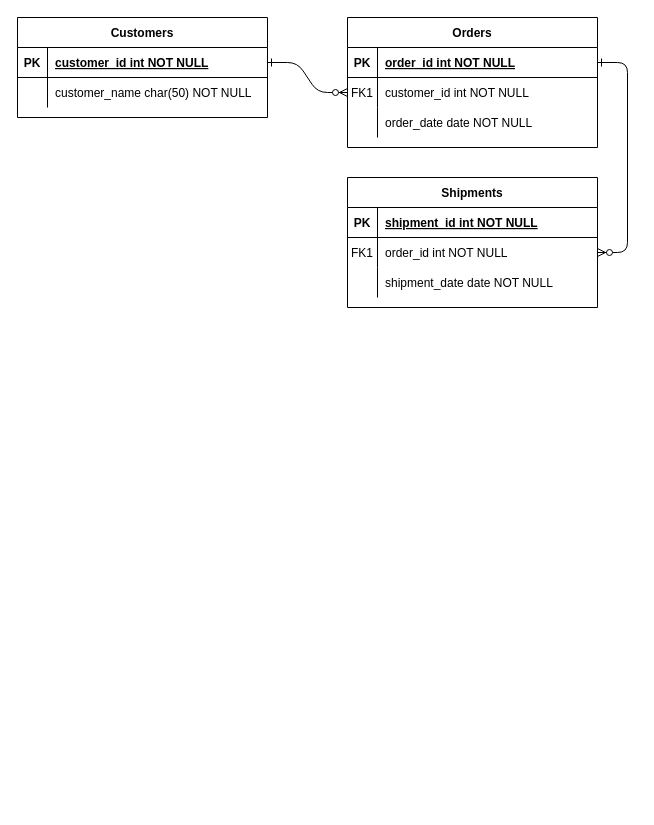
The draw.io diagram page "Page-1" (1 of 2) of Untitled Diagram.drawio in nathannathan08/54, before the edit. Source tidied: cells renumbered, new cells numbered last; positions are measured from the earlier drawing's top-left corner, leaving out a move shared by most shapes. Both pictures are drawn from the tidied source at 100%, with x=0, y=0 at pixel (17, 17).
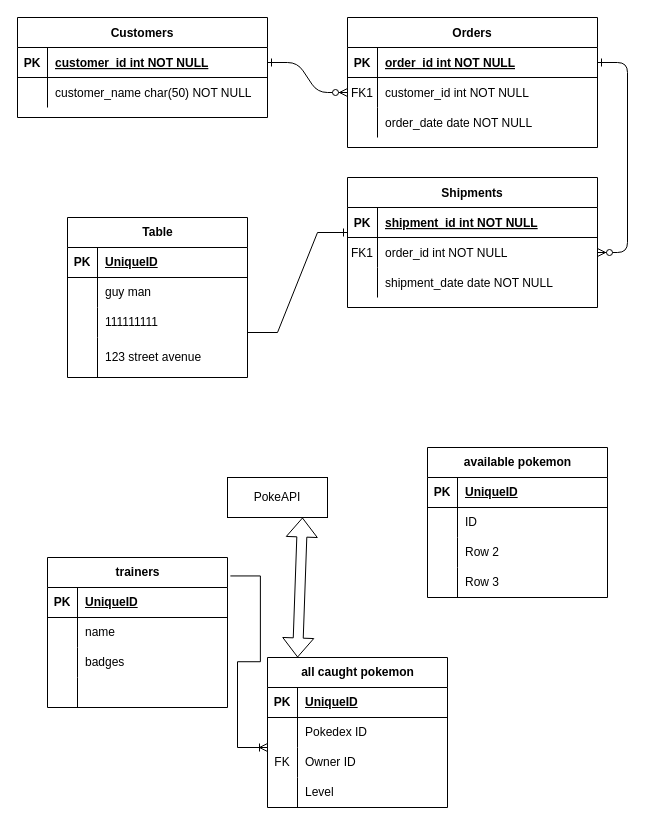
The same diagram, later.

The edit, as a diff of the source:
```diff
@@
+    <mxCell id="31" value="Table" style="shape=table;startSize=30;childLayout=tableLayout;rowLines=0;fontStyle=1;align=center;html=1;" parent="1" vertex="1">
+      <mxGeometry x="50" y="200" width="180" height="160" as="geometry" />
+    </mxCell>
+    <mxCell id="32" style="shape=tableRow;horizontal=0;startSize=0;swimlaneHead=0;swimlaneBody=0;fillColor=none;top=0;left=0;right=0;bottom=1;" parent="31" vertex="1">
+      <mxGeometry y="30" width="180" height="30" as="geometry" />
+    </mxCell>
+    <mxCell id="33" value="PK" style="shape=partialRectangle;fillColor=none;top=0;left=0;bottom=0;right=0;fontStyle=1;overflow=hidden;whiteSpace=wrap;html=1;" parent="32" vertex="1">
+      <mxGeometry width="30" height="30" as="geometry" />
+    </mxCell>
+    <mxCell id="34" value="UniqueID" style="shape=partialRectangle;fillColor=none;top=0;left=0;bottom=0;right=0;align=left;spacingLeft=6;fontStyle=5;overflow=hidden;whiteSpace=wrap;html=1;" parent="32" vertex="1">
+      <mxGeometry x="30" width="150" height="30" as="geometry" />
+    </mxCell>
+    <mxCell id="35" style="shape=tableRow;horizontal=0;startSize=0;swimlaneHead=0;swimlaneBody=0;fillColor=none;top=0;left=0;right=0;bottom=0;" parent="31" vertex="1">
+      <mxGeometry y="60" width="180" height="30" as="geometry" />
+    </mxCell>
+    <mxCell id="36" style="shape=partialRectangle;fillColor=none;top=0;left=0;bottom=0;right=0;overflow=hidden;whiteSpace=wrap;html=1;" parent="35" vertex="1">
+      <mxGeometry width="30" height="30" as="geometry" />
+    </mxCell>
+    <mxCell id="37" value="guy man" style="shape=partialRectangle;fillColor=none;top=0;left=0;bottom=0;right=0;align=left;spacingLeft=6;overflow=hidden;whiteSpace=wrap;html=1;" parent="35" vertex="1">
+      <mxGeometry x="30" width="150" height="30" as="geometry" />
+    </mxCell>
+    <mxCell id="38" style="shape=tableRow;horizontal=0;startSize=0;swimlaneHead=0;swimlaneBody=0;fillColor=none;top=0;left=0;right=0;bottom=0;" parent="31" vertex="1">
+      <mxGeometry y="90" width="180" height="30" as="geometry" />
+    </mxCell>
+    <mxCell id="39" style="shape=partialRectangle;fillColor=none;top=0;left=0;bottom=0;right=0;overflow=hidden;whiteSpace=wrap;html=1;" parent="38" vertex="1">
+      <mxGeometry width="30" height="30" as="geometry" />
+    </mxCell>
+    <mxCell id="40" value="111111111" style="shape=partialRectangle;fillColor=none;top=0;left=0;bottom=0;right=0;align=left;spacingLeft=6;overflow=hidden;whiteSpace=wrap;html=1;" parent="38" vertex="1">
+      <mxGeometry x="30" width="150" height="30" as="geometry" />
+    </mxCell>
+    <mxCell id="41" style="shape=tableRow;horizontal=0;startSize=0;swimlaneHead=0;swimlaneBody=0;fillColor=none;top=0;left=0;right=0;bottom=0;" parent="31" vertex="1">
+      <mxGeometry y="120" width="180" height="40" as="geometry" />
+    </mxCell>
+    <mxCell id="42" style="shape=partialRectangle;fillColor=none;top=0;left=0;bottom=0;right=0;overflow=hidden;whiteSpace=wrap;html=1;" parent="41" vertex="1">
+      <mxGeometry width="30" height="40" as="geometry" />
+    </mxCell>
+    <mxCell id="43" value="123 street avenue" style="shape=partialRectangle;fillColor=none;top=0;left=0;bottom=0;right=0;align=left;spacingLeft=6;overflow=hidden;whiteSpace=wrap;html=1;" parent="41" vertex="1">
+      <mxGeometry x="30" width="150" height="40" as="geometry" />
+    </mxCell>
+    <mxCell id="44" style="edgeStyle=entityRelationEdgeStyle;fontSize=12;html=1;endArrow=ERone;endFill=1;rounded=0;" parent="1" edge="1">
+      <mxGeometry relative="1" as="geometry">
+        <mxPoint x="230" y="315" as="sourcePoint" />
+        <mxPoint x="330" y="215" as="targetPoint" />
+      </mxGeometry>
+    </mxCell>
+    <mxCell id="45" value="trainers" style="shape=table;startSize=30;childLayout=tableLayout;rowLines=0;fontStyle=1;align=center;html=1;" parent="1" vertex="1">
+      <mxGeometry x="30" y="540" width="180" height="150" as="geometry" />
+    </mxCell>
+    <mxCell id="46" style="shape=tableRow;horizontal=0;startSize=0;swimlaneHead=0;swimlaneBody=0;fillColor=none;top=0;left=0;right=0;bottom=1;" parent="45" vertex="1">
+      <mxGeometry y="30" width="180" height="30" as="geometry" />
+    </mxCell>
+    <mxCell id="47" value="PK" style="shape=partialRectangle;fillColor=none;top=0;left=0;bottom=0;right=0;fontStyle=1;overflow=hidden;whiteSpace=wrap;html=1;" parent="46" vertex="1">
+      <mxGeometry width="30" height="30" as="geometry" />
+    </mxCell>
+    <mxCell id="48" value="UniqueID" style="shape=partialRectangle;fillColor=none;top=0;left=0;bottom=0;right=0;align=left;spacingLeft=6;fontStyle=5;overflow=hidden;whiteSpace=wrap;html=1;" parent="46" vertex="1">
+      <mxGeometry x="30" width="150" height="30" as="geometry" />
+    </mxCell>
+    <mxCell id="49" style="shape=tableRow;horizontal=0;startSize=0;swimlaneHead=0;swimlaneBody=0;fillColor=none;top=0;left=0;right=0;bottom=0;" parent="45" vertex="1">
+      <mxGeometry y="60" width="180" height="30" as="geometry" />
+    </mxCell>
+    <mxCell id="50" style="shape=partialRectangle;fillColor=none;top=0;left=0;bottom=0;right=0;overflow=hidden;whiteSpace=wrap;html=1;" parent="49" vertex="1">
+      <mxGeometry width="30" height="30" as="geometry" />
+    </mxCell>
+    <mxCell id="51" value="name" style="shape=partialRectangle;fillColor=none;top=0;left=0;bottom=0;right=0;align=left;spacingLeft=6;overflow=hidden;whiteSpace=wrap;html=1;" parent="49" vertex="1">
+      <mxGeometry x="30" width="150" height="30" as="geometry" />
+    </mxCell>
+    <mxCell id="52" style="shape=tableRow;horizontal=0;startSize=0;swimlaneHead=0;swimlaneBody=0;fillColor=none;top=0;left=0;right=0;bottom=0;" parent="45" vertex="1">
+      <mxGeometry y="90" width="180" height="30" as="geometry" />
+    </mxCell>
+    <mxCell id="53" style="shape=partialRectangle;fillColor=none;top=0;left=0;bottom=0;right=0;overflow=hidden;whiteSpace=wrap;html=1;" parent="52" vertex="1">
+      <mxGeometry width="30" height="30" as="geometry" />
+    </mxCell>
+    <mxCell id="54" value="badges" style="shape=partialRectangle;fillColor=none;top=0;left=0;bottom=0;right=0;align=left;spacingLeft=6;overflow=hidden;whiteSpace=wrap;html=1;" parent="52" vertex="1">
+      <mxGeometry x="30" width="150" height="30" as="geometry" />
+    </mxCell>
+    <mxCell id="55" style="shape=tableRow;horizontal=0;startSize=0;swimlaneHead=0;swimlaneBody=0;fillColor=none;top=0;left=0;right=0;bottom=0;" parent="45" vertex="1">
+      <mxGeometry y="120" width="180" height="30" as="geometry" />
+    </mxCell>
+    <mxCell id="56" style="shape=partialRectangle;fillColor=none;top=0;left=0;bottom=0;right=0;overflow=hidden;whiteSpace=wrap;html=1;" parent="55" vertex="1">
+      <mxGeometry width="30" height="30" as="geometry" />
+    </mxCell>
+    <mxCell id="57" style="shape=partialRectangle;fillColor=none;top=0;left=0;bottom=0;right=0;align=left;spacingLeft=6;overflow=hidden;whiteSpace=wrap;html=1;" parent="55" vertex="1">
+      <mxGeometry x="30" width="150" height="30" as="geometry" />
+    </mxCell>
+    <mxCell id="58" value="available pokemon" style="shape=table;startSize=30;childLayout=tableLayout;rowLines=0;fontStyle=1;align=center;html=1;" parent="1" vertex="1">
+      <mxGeometry x="410" y="430" width="180" height="150" as="geometry" />
+    </mxCell>
+    <mxCell id="59" style="shape=tableRow;horizontal=0;startSize=0;swimlaneHead=0;swimlaneBody=0;fillColor=none;top=0;left=0;right=0;bottom=1;" parent="58" vertex="1">
+      <mxGeometry y="30" width="180" height="30" as="geometry" />
+    </mxCell>
+    <mxCell id="60" value="PK" style="shape=partialRectangle;fillColor=none;top=0;left=0;bottom=0;right=0;fontStyle=1;overflow=hidden;whiteSpace=wrap;html=1;" parent="59" vertex="1">
+      <mxGeometry width="30" height="30" as="geometry" />
+    </mxCell>
+    <mxCell id="61" value="UniqueID" style="shape=partialRectangle;fillColor=none;top=0;left=0;bottom=0;right=0;align=left;spacingLeft=6;fontStyle=5;overflow=hidden;whiteSpace=wrap;html=1;" parent="59" vertex="1">
+      <mxGeometry x="30" width="150" height="30" as="geometry" />
+    </mxCell>
+    <mxCell id="62" style="shape=tableRow;horizontal=0;startSize=0;swimlaneHead=0;swimlaneBody=0;fillColor=none;top=0;left=0;right=0;bottom=0;" parent="58" vertex="1">
+      <mxGeometry y="60" width="180" height="30" as="geometry" />
+    </mxCell>
+    <mxCell id="63" style="shape=partialRectangle;fillColor=none;top=0;left=0;bottom=0;right=0;overflow=hidden;whiteSpace=wrap;html=1;" parent="62" vertex="1">
+      <mxGeometry width="30" height="30" as="geometry" />
+    </mxCell>
+    <mxCell id="64" value="ID" style="shape=partialRectangle;fillColor=none;top=0;left=0;bottom=0;right=0;align=left;spacingLeft=6;overflow=hidden;whiteSpace=wrap;html=1;" parent="62" vertex="1">
+      <mxGeometry x="30" width="150" height="30" as="geometry" />
+    </mxCell>
+    <mxCell id="65" style="shape=tableRow;horizontal=0;startSize=0;swimlaneHead=0;swimlaneBody=0;fillColor=none;top=0;left=0;right=0;bottom=0;" parent="58" vertex="1">
+      <mxGeometry y="90" width="180" height="30" as="geometry" />
+    </mxCell>
+    <mxCell id="66" style="shape=partialRectangle;fillColor=none;top=0;left=0;bottom=0;right=0;overflow=hidden;whiteSpace=wrap;html=1;" parent="65" vertex="1">
+      <mxGeometry width="30" height="30" as="geometry" />
+    </mxCell>
+    <mxCell id="67" value="Row 2" style="shape=partialRectangle;fillColor=none;top=0;left=0;bottom=0;right=0;align=left;spacingLeft=6;overflow=hidden;whiteSpace=wrap;html=1;" parent="65" vertex="1">
+      <mxGeometry x="30" width="150" height="30" as="geometry" />
+    </mxCell>
+    <mxCell id="68" style="shape=tableRow;horizontal=0;startSize=0;swimlaneHead=0;swimlaneBody=0;fillColor=none;top=0;left=0;right=0;bottom=0;" parent="58" vertex="1">
+      <mxGeometry y="120" width="180" height="30" as="geometry" />
+    </mxCell>
+    <mxCell id="69" style="shape=partialRectangle;fillColor=none;top=0;left=0;bottom=0;right=0;overflow=hidden;whiteSpace=wrap;html=1;" parent="68" vertex="1">
+      <mxGeometry width="30" height="30" as="geometry" />
+    </mxCell>
+    <mxCell id="70" value="Row 3" style="shape=partialRectangle;fillColor=none;top=0;left=0;bottom=0;right=0;align=left;spacingLeft=6;overflow=hidden;whiteSpace=wrap;html=1;" parent="68" vertex="1">
+      <mxGeometry x="30" width="150" height="30" as="geometry" />
+    </mxCell>
+    <mxCell id="71" value="PokeAPI" style="whiteSpace=wrap;html=1;align=center;" parent="1" vertex="1">
+      <mxGeometry x="210" y="460" width="100" height="40" as="geometry" />
+    </mxCell>
+    <mxCell id="72" value="all caught pokemon" style="shape=table;startSize=30;childLayout=tableLayout;rowLines=0;fontStyle=1;align=center;html=1;" parent="1" vertex="1">
+      <mxGeometry x="250" y="640" width="180" height="150" as="geometry" />
+    </mxCell>
+    <mxCell id="73" style="shape=tableRow;horizontal=0;startSize=0;swimlaneHead=0;swimlaneBody=0;fillColor=none;top=0;left=0;right=0;bottom=1;" parent="72" vertex="1">
+      <mxGeometry y="30" width="180" height="30" as="geometry" />
+    </mxCell>
+    <mxCell id="74" value="PK" style="shape=partialRectangle;fillColor=none;top=0;left=0;bottom=0;right=0;fontStyle=1;overflow=hidden;whiteSpace=wrap;html=1;" parent="73" vertex="1">
+      <mxGeometry width="30" height="30" as="geometry" />
+    </mxCell>
+    <mxCell id="75" value="UniqueID" style="shape=partialRectangle;fillColor=none;top=0;left=0;bottom=0;right=0;align=left;spacingLeft=6;fontStyle=5;overflow=hidden;whiteSpace=wrap;html=1;" parent="73" vertex="1">
+      <mxGeometry x="30" width="150" height="30" as="geometry" />
+    </mxCell>
+    <mxCell id="76" style="shape=tableRow;horizontal=0;startSize=0;swimlaneHead=0;swimlaneBody=0;fillColor=none;top=0;left=0;right=0;bottom=0;" parent="72" vertex="1">
+      <mxGeometry y="60" width="180" height="30" as="geometry" />
+    </mxCell>
+    <mxCell id="77" style="shape=partialRectangle;fillColor=none;top=0;left=0;bottom=0;right=0;overflow=hidden;whiteSpace=wrap;html=1;" parent="76" vertex="1">
+      <mxGeometry width="30" height="30" as="geometry" />
+    </mxCell>
+    <mxCell id="78" value="Pokedex ID" style="shape=partialRectangle;fillColor=none;top=0;left=0;bottom=0;right=0;align=left;spacingLeft=6;overflow=hidden;whiteSpace=wrap;html=1;" parent="76" vertex="1">
+      <mxGeometry x="30" width="150" height="30" as="geometry" />
+    </mxCell>
+    <mxCell id="79" style="shape=tableRow;horizontal=0;startSize=0;swimlaneHead=0;swimlaneBody=0;fillColor=none;top=0;left=0;right=0;bottom=0;" parent="72" vertex="1">
+      <mxGeometry y="90" width="180" height="30" as="geometry" />
+    </mxCell>
+    <mxCell id="80" value="FK" style="shape=partialRectangle;fillColor=none;top=0;left=0;bottom=0;right=0;overflow=hidden;whiteSpace=wrap;html=1;" parent="79" vertex="1">
+      <mxGeometry width="30" height="30" as="geometry" />
+    </mxCell>
+    <mxCell id="81" value="Owner ID" style="shape=partialRectangle;fillColor=none;top=0;left=0;bottom=0;right=0;align=left;spacingLeft=6;overflow=hidden;whiteSpace=wrap;html=1;" parent="79" vertex="1">
+      <mxGeometry x="30" width="150" height="30" as="geometry" />
+    </mxCell>
+    <mxCell id="82" style="shape=tableRow;horizontal=0;startSize=0;swimlaneHead=0;swimlaneBody=0;fillColor=none;top=0;left=0;right=0;bottom=0;" parent="72" vertex="1">
+      <mxGeometry y="120" width="180" height="30" as="geometry" />
+    </mxCell>
+    <mxCell id="83" style="shape=partialRectangle;fillColor=none;top=0;left=0;bottom=0;right=0;overflow=hidden;whiteSpace=wrap;html=1;" parent="82" vertex="1">
+      <mxGeometry width="30" height="30" as="geometry" />
+    </mxCell>
+    <mxCell id="84" value="Level" style="shape=partialRectangle;fillColor=none;top=0;left=0;bottom=0;right=0;align=left;spacingLeft=6;overflow=hidden;whiteSpace=wrap;html=1;" parent="82" vertex="1">
+      <mxGeometry x="30" width="150" height="30" as="geometry" />
+    </mxCell>
+    <mxCell id="85" style="shape=flexArrow;endArrow=classic;startArrow=classic;html=1;rounded=0;entryX=0.75;entryY=1;entryDx=0;entryDy=0;exitX=0.167;exitY=0;exitDx=0;exitDy=0;exitPerimeter=0;" parent="1" edge="1" source="72" target="71">
+      <mxGeometry relative="1" as="geometry" />
+    </mxCell>
+    <mxCell id="86" style="edgeStyle=entityRelationEdgeStyle;fontSize=12;html=1;endArrow=ERoneToMany;rounded=0;exitX=1.016;exitY=0.123;exitDx=0;exitDy=0;exitPerimeter=0;" parent="1" edge="1" source="45">
+      <mxGeometry relative="1" as="geometry">
+        <mxPoint x="250" y="730" as="targetPoint" />
+      </mxGeometry>
+    </mxCell>
```
